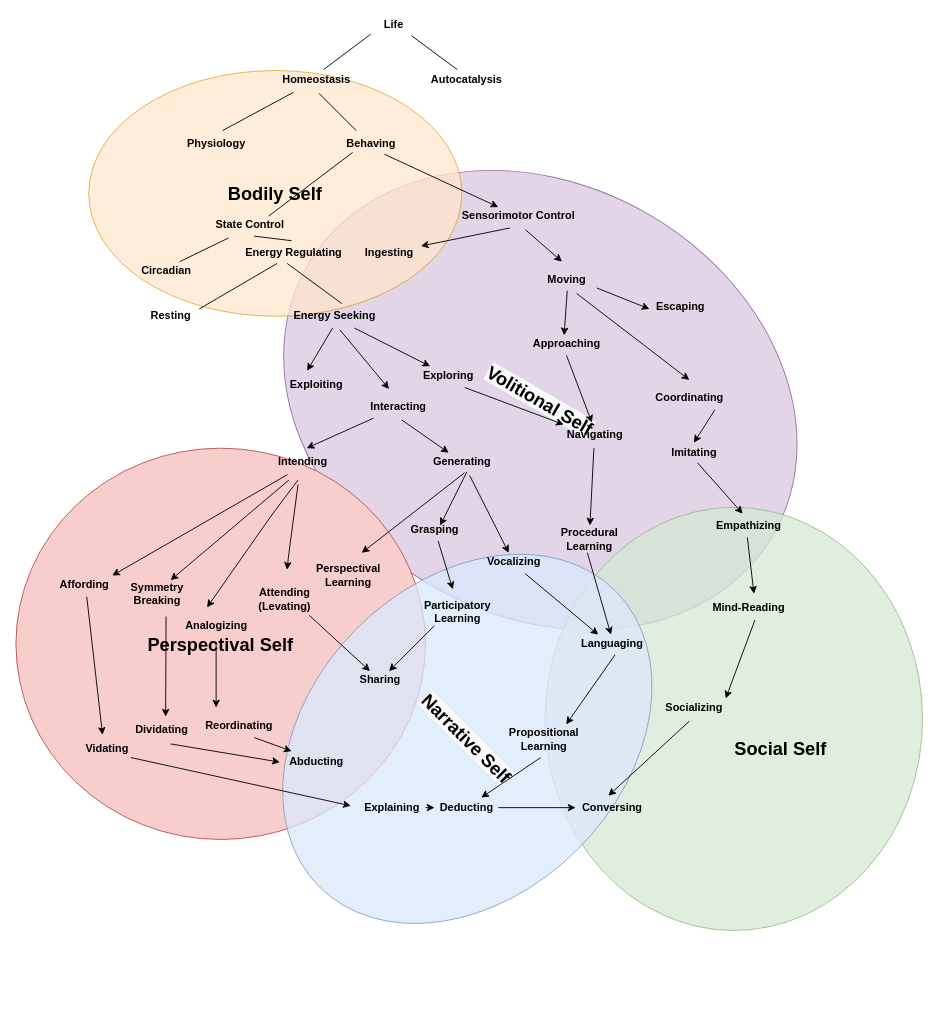
This is self_evolution.drawio from codeaudit/1, a draw.io file, before an edit. Source tidied: cells renumbered, new cells numbered last; positions are measured from the earlier drawing's top-left corner, leaving out a move shared by most shapes. Both pictures are drawn from the tidied source at 91%, with x=0, y=0 at pixel (15, 15).
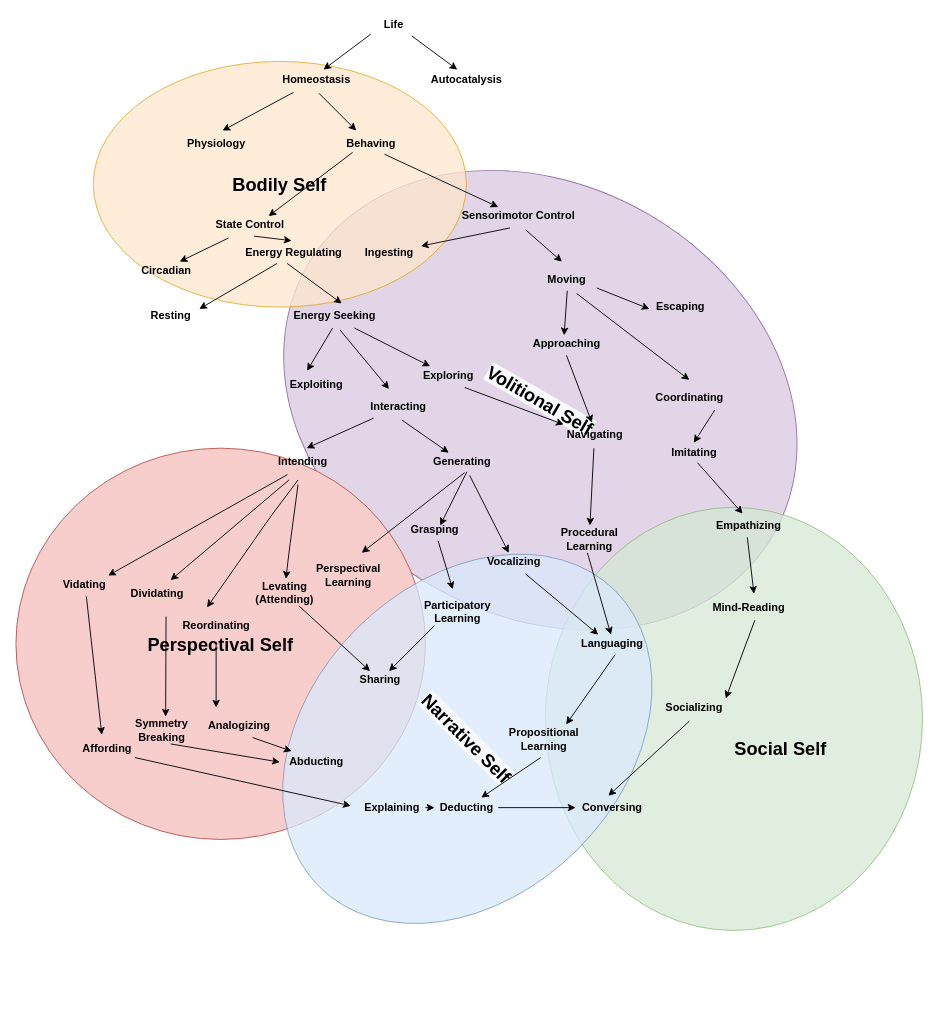
The same diagram, later.

Unchanged cells that the change refers to:
```xml
<mxCell id="7" value="Life" style="text;html=1;align=center;verticalAlign=middle;points=[];fontStyle=1;" parent="1" vertex="1">
  <mxGeometry x="395" width="40" height="20" as="geometry" />
</mxCell>
<mxCell id="8" value="Homeostasis" style="text;html=1;align=center;verticalAlign=middle;points=[];fontStyle=1;" parent="1" vertex="1">
  <mxGeometry x="285" y="60" width="90" height="20" as="geometry" />
</mxCell>
<mxCell id="9" value="Autocatalysis" style="text;html=1;align=center;verticalAlign=middle;points=[];fontStyle=1;" parent="1" vertex="1">
  <mxGeometry x="450" y="60" width="90" height="20" as="geometry" />
</mxCell>
<mxCell id="10" value="Physiology" style="text;html=1;align=center;verticalAlign=middle;points=[];fontStyle=1;" parent="1" vertex="1">
  <mxGeometry x="180" y="130" width="80" height="20" as="geometry" />
</mxCell>
<mxCell id="11" value="Behaving" style="text;html=1;align=center;verticalAlign=middle;points=[];fontStyle=1;" parent="1" vertex="1">
  <mxGeometry x="355" y="130" width="70" height="20" as="geometry" />
</mxCell>
<mxCell id="12" value="State Control" style="text;html=1;align=center;verticalAlign=middle;points=[];fontStyle=1;" parent="1" vertex="1">
  <mxGeometry x="211.7" y="220" width="90" height="20" as="geometry" />
</mxCell>
<mxCell id="17" value="Circadian" style="text;html=1;align=center;verticalAlign=middle;points=[];fontStyle=1;" parent="1" vertex="1">
  <mxGeometry x="130" y="270" width="70" height="20" as="geometry" />
</mxCell>
<mxCell id="18" value="Energy Regulating" style="text;html=1;align=center;verticalAlign=middle;points=[];fontStyle=1;" parent="1" vertex="1">
  <mxGeometry x="245" y="250" width="120" height="20" as="geometry" />
</mxCell>
<mxCell id="19" value="Resting" style="text;html=1;align=center;verticalAlign=middle;points=[];fontStyle=1;" parent="1" vertex="1">
  <mxGeometry x="140" y="320" width="60" height="20" as="geometry" />
</mxCell>
<mxCell id="20" value="Energy Seeking" style="text;html=1;align=center;verticalAlign=middle;points=[];fontStyle=1;" parent="1" vertex="1">
  <mxGeometry x="295" y="320" width="110" height="20" as="geometry" />
</mxCell>
```

What changed in the source:
```diff
@@
     <mxCell id="6" value="&lt;span style=&quot;font-size: 20px&quot;&gt;&lt;b&gt;Bodily Self&lt;/b&gt;&lt;/span&gt;" style="ellipse;whiteSpace=wrap;html=1;fillColor=#ffe6cc;strokeColor=#d79b00;opacity=75;" parent="1" vertex="1">
-      <mxGeometry x="80" y="60" width="410" height="270" as="geometry" />
+      <mxGeometry x="85" y="50" width="410" height="270" as="geometry" />
     </mxCell>
@@
-    <mxCell id="28" value="&lt;br&gt;Attending&lt;br&gt;(Levating)" style="text;html=1;align=center;verticalAlign=middle;points=[];fontStyle=1;" parent="1" vertex="1">
-      <mxGeometry x="260" y="608.6" width="70" height="50" as="geometry" />
+    <mxCell id="28" value="Levating&lt;br&gt;(Attending)" style="text;html=1;align=center;verticalAlign=middle;points=[];fontStyle=1;" parent="1" vertex="1">
+      <mxGeometry x="255" y="618.6" width="80" height="30" as="geometry" />
     </mxCell>
-    <mxCell id="29" value="Affording" style="text;html=1;align=center;verticalAlign=middle;points=[];fontStyle=1;" parent="1" vertex="1">
-      <mxGeometry x="40" y="615" width="70" height="20" as="geometry" />
+    <mxCell id="29" value="Vidating" style="text;html=1;align=center;verticalAlign=middle;points=[];fontStyle=1;" parent="1" vertex="1">
+      <mxGeometry x="45" y="615" width="60" height="20" as="geometry" />
     </mxCell>
-    <mxCell id="30" value="Dividating" style="text;html=1;align=center;verticalAlign=middle;fontStyle=1;" parent="1" vertex="1">
-      <mxGeometry x="125" y="775" width="70" height="20" as="geometry" />
+    <mxCell id="30" value="Symmetry&lt;br&gt;Breaking" style="text;html=1;align=center;verticalAlign=middle;fontStyle=1;" parent="1" vertex="1">
+      <mxGeometry x="125" y="770" width="70" height="30" as="geometry" />
     </mxCell>
-    <mxCell id="31" value="Analogizing" style="text;html=1;align=center;verticalAlign=middle;fontStyle=1;" parent="1" vertex="1">
-      <mxGeometry x="180" y="660" width="80" height="20" as="geometry" />
+    <mxCell id="31" value="Reordinating" style="text;html=1;align=center;verticalAlign=middle;fontStyle=1;" parent="1" vertex="1">
+      <mxGeometry x="175" y="660" width="90" height="20" as="geometry" />
     </mxCell>
@@
-    <mxCell id="47" style="endArrow=none;html=1;exitX=0.589;exitY=-0.05;exitDx=0;exitDy=0;exitPerimeter=0;" parent="1" edge="1" source="8">
+    <mxCell id="47" style="endArrow=none;html=1;exitX=0.589;exitY=-0.05;exitDx=0;exitDy=0;exitPerimeter=0;endFill=0;startArrow=classic;startFill=1;" parent="1" edge="1" source="8">
       <mxGeometry relative="1" as="geometry">
         <mxPoint x="390" y="20" as="targetPoint" />
       </mxGeometry>
     </mxCell>
-    <mxCell id="48" style="endArrow=none;html=1;entryX=1;entryY=1.1;entryDx=0;entryDy=0;entryPerimeter=0;exitX=0.389;exitY=-0.05;exitDx=0;exitDy=0;exitPerimeter=0;" parent="1" edge="1" source="9" target="7">
+    <mxCell id="48" style="endArrow=none;html=1;entryX=1;entryY=1.1;entryDx=0;entryDy=0;entryPerimeter=0;exitX=0.389;exitY=-0.05;exitDx=0;exitDy=0;exitPerimeter=0;startArrow=classic;startFill=1;" parent="1" edge="1" source="9" target="7">
       <mxGeometry relative="1" as="geometry" />
     </mxCell>
-    <mxCell id="49" style="endArrow=none;html=1;entryX=0.222;entryY=1.2;entryDx=0;entryDy=0;entryPerimeter=0;exitX=0.588;exitY=-0.2;exitDx=0;exitDy=0;exitPerimeter=0;" parent="1" edge="1" source="10" target="8">
+    <mxCell id="49" style="endArrow=none;html=1;entryX=0.222;entryY=1.2;entryDx=0;entryDy=0;entryPerimeter=0;exitX=0.588;exitY=-0.2;exitDx=0;exitDy=0;exitPerimeter=0;startArrow=classic;startFill=1;" parent="1" edge="1" source="10" target="8">
       <mxGeometry relative="1" as="geometry" />
     </mxCell>
-    <mxCell id="50" style="endArrow=none;html=1;entryX=0.533;entryY=1.25;entryDx=0;entryDy=0;entryPerimeter=0;exitX=0.271;exitY=-0.2;exitDx=0;exitDy=0;exitPerimeter=0;" parent="1" edge="1" source="11" target="8">
+    <mxCell id="50" style="endArrow=none;html=1;entryX=0.533;entryY=1.25;entryDx=0;entryDy=0;entryPerimeter=0;exitX=0.271;exitY=-0.2;exitDx=0;exitDy=0;exitPerimeter=0;startArrow=classic;startFill=1;" parent="1" edge="1" source="11" target="8">
       <mxGeometry relative="1" as="geometry" />
     </mxCell>
-    <mxCell id="51" style="endArrow=none;html=1;exitX=0.733;exitY=0;exitDx=0;exitDy=0;exitPerimeter=0;" parent="1" edge="1" source="12">
+    <mxCell id="51" style="endArrow=none;html=1;exitX=0.733;exitY=0;exitDx=0;exitDy=0;exitPerimeter=0;startArrow=classic;startFill=1;" parent="1" edge="1" source="12">
       <mxGeometry relative="1" as="geometry">
         <mxPoint x="370" y="150" as="targetPoint" />
       </mxGeometry>
     </mxCell>
@@
-    <mxCell id="53" style="endArrow=none;html=1;exitX=0.714;exitY=0;exitDx=0;exitDy=0;exitPerimeter=0;entryX=0.244;entryY=1.2;entryDx=0;entryDy=0;entryPerimeter=0;" parent="1" edge="1" source="17" target="12">
+    <mxCell id="53" style="endArrow=none;html=1;exitX=0.714;exitY=0;exitDx=0;exitDy=0;exitPerimeter=0;entryX=0.244;entryY=1.2;entryDx=0;entryDy=0;entryPerimeter=0;startArrow=classic;startFill=1;" parent="1" edge="1" source="17" target="12">
       <mxGeometry relative="1" as="geometry" />
     </mxCell>
-    <mxCell id="54" style="endArrow=none;html=1;entryX=0.556;entryY=1.1;entryDx=0;entryDy=0;entryPerimeter=0;exitX=0.483;exitY=-0.15;exitDx=0;exitDy=0;exitPerimeter=0;" parent="1" edge="1" source="18" target="12">
+    <mxCell id="54" style="endArrow=none;html=1;entryX=0.556;entryY=1.1;entryDx=0;entryDy=0;entryPerimeter=0;exitX=0.483;exitY=-0.15;exitDx=0;exitDy=0;exitPerimeter=0;startArrow=classic;startFill=1;" parent="1" edge="1" source="18" target="12">
       <mxGeometry relative="1" as="geometry" />
     </mxCell>
-    <mxCell id="55" style="endArrow=none;html=1;exitX=1.025;exitY=0.1;exitDx=0;exitDy=0;exitPerimeter=0;entryX=0.35;entryY=1.1;entryDx=0;entryDy=0;entryPerimeter=0;" parent="1" edge="1" source="19" target="18">
+    <mxCell id="55" style="endArrow=none;html=1;exitX=1.025;exitY=0.1;exitDx=0;exitDy=0;exitPerimeter=0;entryX=0.35;entryY=1.1;entryDx=0;entryDy=0;entryPerimeter=0;startArrow=classic;startFill=1;" parent="1" edge="1" source="19" target="18">
       <mxGeometry relative="1" as="geometry" />
     </mxCell>
-    <mxCell id="56" style="endArrow=none;html=1;entryX=0.442;entryY=1.1;entryDx=0;entryDy=0;entryPerimeter=0;exitX=0.573;exitY=-0.2;exitDx=0;exitDy=0;exitPerimeter=0;" parent="1" edge="1" source="20" target="18">
+    <mxCell id="56" style="endArrow=none;html=1;entryX=0.442;entryY=1.1;entryDx=0;entryDy=0;entryPerimeter=0;exitX=0.573;exitY=-0.2;exitDx=0;exitDy=0;exitPerimeter=0;startArrow=classic;startFill=1;" parent="1" edge="1" source="20" target="18">
       <mxGeometry relative="1" as="geometry" />
     </mxCell>
@@
-    <mxCell id="87" value="Symmetry&lt;br&gt;Breaking" style="text;html=1;align=center;verticalAlign=middle;fontStyle=1;" parent="1" vertex="1">
-      <mxGeometry x="120" y="620" width="70" height="30" as="geometry" />
+    <mxCell id="87" value="Dividating" style="text;html=1;align=center;verticalAlign=middle;fontStyle=1;" parent="1" vertex="1">
+      <mxGeometry x="120" y="625" width="70" height="20" as="geometry" />
     </mxCell>
-    <mxCell id="88" value="Reordinating" style="text;html=1;align=center;verticalAlign=middle;points=[];fontStyle=1;" parent="1" vertex="1">
-      <mxGeometry x="200" y="770" width="90" height="20" as="geometry" />
+    <mxCell id="88" value="Analogizing" style="text;html=1;align=center;verticalAlign=middle;points=[];fontStyle=1;" parent="1" vertex="1">
+      <mxGeometry x="205" y="770" width="80" height="20" as="geometry" />
     </mxCell>
@@
-    <mxCell id="91" value="Vidating" style="text;html=1;align=center;verticalAlign=middle;points=[];fontStyle=1;" parent="1" vertex="1">
-      <mxGeometry x="70" y="795" width="60" height="20" as="geometry" />
+    <mxCell id="91" value="Affording" style="text;html=1;align=center;verticalAlign=middle;points=[];fontStyle=1;" parent="1" vertex="1">
+      <mxGeometry x="65" y="795" width="70" height="20" as="geometry" />
     </mxCell>
```
